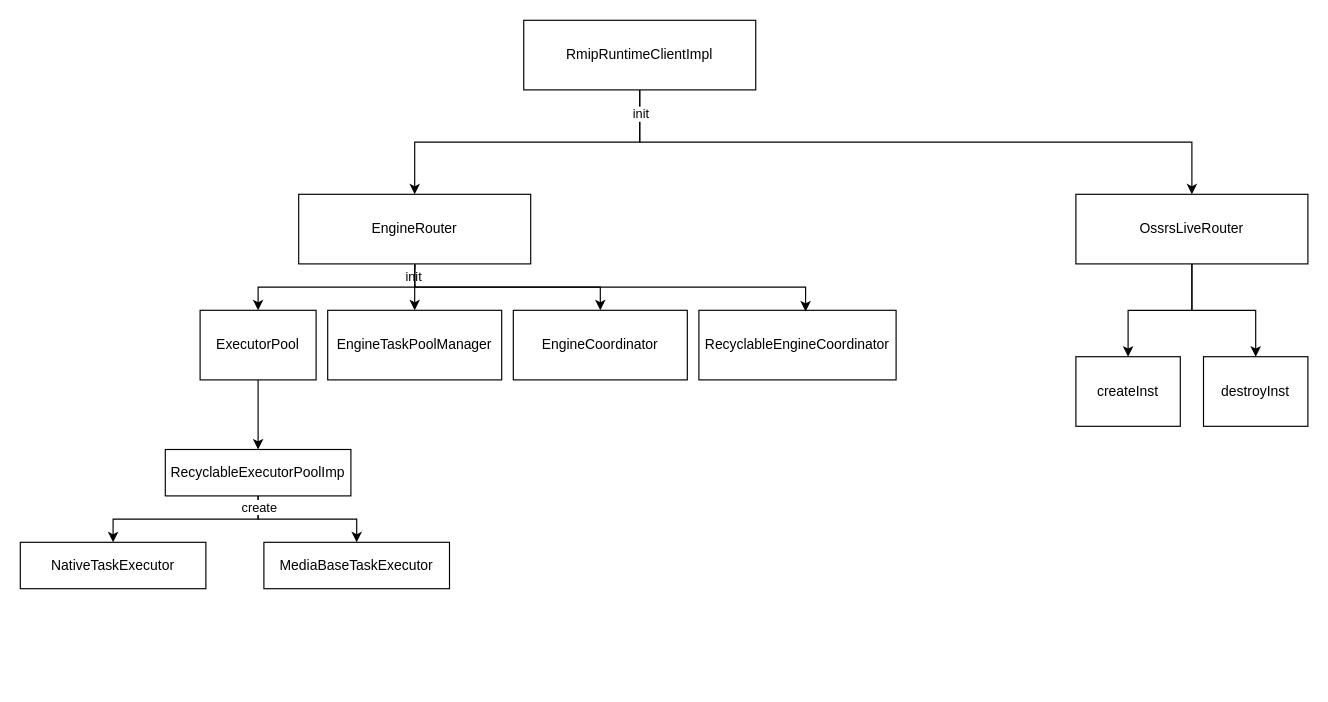
This is page "router" (1 of 3) of graphs/streaming_engine_framework.drawio from zhongchun/daily, a draw.io file, before an edit. Source tidied: cells renumbered, new cells numbered last; positions are measured from the earlier drawing's top-left corner, leaving out a move shared by most shapes. Both pictures are drawn from the tidied source at 116%, with x=0, y=0 at pixel (20, 20).
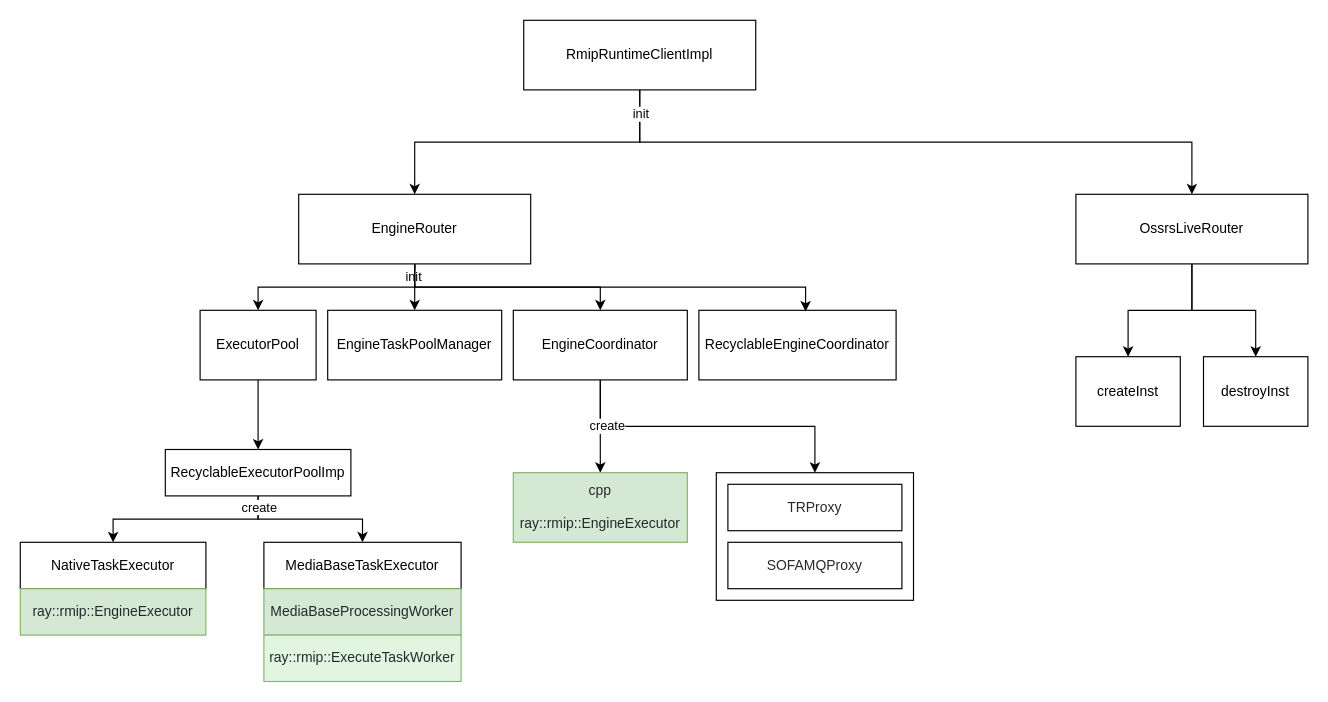
Above is the later version.

The change refers to these unchanged cells:
```xml
<mxCell id="14" value="EngineCoordinator" style="rounded=0;whiteSpace=wrap;html=1;" parent="1" vertex="1">
  <mxGeometry x="425" y="250" width="150" height="60" as="geometry" />
</mxCell>
```

What changed in the source:
```diff
@@
+    <mxCell id="28" style="rounded=0;whiteSpace=wrap;html=1;" parent="1" vertex="1">
+      <mxGeometry x="600" y="390" width="170" height="110" as="geometry" />
+    </mxCell>
@@
+    <mxCell id="29" style="edgeStyle=orthogonalEdgeStyle;rounded=0;jettySize=auto;html=1;" parent="1" edge="1" source="14" target="30">
+      <mxGeometry relative="1" as="geometry" />
+    </mxCell>
@@
     <mxCell id="25" value="MediaBaseTaskExecutor" style="rounded=0;whiteSpace=wrap;html=1;" parent="1" vertex="1">
-      <mxGeometry x="210" y="450" width="160" height="40" as="geometry" />
+      <mxGeometry x="210" y="450" width="170" height="40" as="geometry" />
     </mxCell>
@@
+    <mxCell id="30" value="&lt;div style=&quot;color: rgb(36, 41, 46);&quot;&gt;&lt;pre style=&quot;font-size: 9pt;&quot;&gt;&lt;font face=&quot;Helvetica&quot;&gt;cpp&lt;/font&gt;&lt;/pre&gt;&lt;pre style=&quot;font-size: 9pt;&quot;&gt;&lt;font face=&quot;Helvetica&quot;&gt;ray::rmip::EngineExecutor&lt;/font&gt;&lt;/pre&gt;&lt;/div&gt;" style="rounded=0;whiteSpace=wrap;html=1;fillColor=#d5e8d4;strokeColor=#82b366;labelBackgroundColor=none;" parent="1" vertex="1">
+      <mxGeometry x="425" y="390" width="150" height="60" as="geometry" />
+    </mxCell>
+    <mxCell id="31" value="&lt;div style=&quot;background-color:#ffffff;color:#24292e&quot;&gt;&lt;pre style=&quot;font-size: 9pt;&quot;&gt;&lt;font face=&quot;Helvetica&quot;&gt;TRProxy&lt;/font&gt;&lt;/pre&gt;&lt;/div&gt;" style="rounded=0;whiteSpace=wrap;html=1;" parent="1" vertex="1">
+      <mxGeometry x="610" y="400" width="150" height="40" as="geometry" />
+    </mxCell>
+    <mxCell id="32" value="&lt;div style=&quot;background-color:#ffffff;color:#24292e&quot;&gt;&lt;pre style=&quot;font-size: 9pt;&quot;&gt;&lt;font face=&quot;Helvetica&quot;&gt;SOFAMQProxy&lt;/font&gt;&lt;/pre&gt;&lt;/div&gt;" style="rounded=0;whiteSpace=wrap;html=1;" parent="1" vertex="1">
+      <mxGeometry x="610" y="450" width="150" height="40" as="geometry" />
+    </mxCell>
+    <mxCell id="33" style="edgeStyle=orthogonalEdgeStyle;rounded=0;jettySize=auto;html=1;exitX=0.5;exitY=1;exitDx=0;exitDy=0;entryX=0.5;entryY=0;entryDx=0;entryDy=0;" parent="1" edge="1" source="14" target="28">
+      <mxGeometry relative="1" as="geometry" />
+    </mxCell>
+    <mxCell id="34" value="create" style="edgeLabel;html=1;align=center;verticalAlign=middle;" parent="33" vertex="1">
+      <mxGeometry x="-0.66" y="-1" relative="1" as="geometry">
+        <mxPoint y="-2" as="offset" />
+      </mxGeometry>
+    </mxCell>
+    <mxCell id="35" value="&lt;pre style=&quot;border-color: var(--border-color); color: rgb(36, 41, 46); font-size: 9pt;&quot;&gt;&lt;font style=&quot;border-color: var(--border-color);&quot; face=&quot;Helvetica&quot;&gt;ray::rmip::EngineExecutor&lt;/font&gt;&lt;/pre&gt;" style="rounded=0;whiteSpace=wrap;html=1;fillColor=#d5e8d4;strokeColor=#82b366;" parent="1" vertex="1">
+      <mxGeometry y="490" width="160" height="40" as="geometry" />
+    </mxCell>
+    <mxCell id="36" value="&lt;pre style=&quot;border-color: var(--border-color); color: rgb(36, 41, 46); font-size: 9pt;&quot;&gt;&lt;font style=&quot;border-color: var(--border-color);&quot; face=&quot;Helvetica&quot;&gt;MediaBaseProcessingWorker&lt;/font&gt;&lt;/pre&gt;" style="rounded=0;whiteSpace=wrap;html=1;fillColor=#d5e8d4;strokeColor=#82b366;" parent="1" vertex="1">
+      <mxGeometry x="210" y="490" width="170" height="40" as="geometry" />
+    </mxCell>
+    <mxCell id="37" value="&lt;pre style=&quot;border-color: var(--border-color); color: rgb(36, 41, 46); font-size: 9pt;&quot;&gt;&lt;div style=&quot;&quot;&gt;&lt;pre style=&quot;font-size: 9pt;&quot;&gt;&lt;font face=&quot;Helvetica&quot;&gt;ray::rmip::ExecuteTaskWorker&lt;/font&gt;&lt;/pre&gt;&lt;/div&gt;&lt;/pre&gt;" style="rounded=0;whiteSpace=wrap;html=1;fillColor=#e1f5e0;strokeColor=#8bb474;labelBackgroundColor=none;" parent="1" vertex="1">
+      <mxGeometry x="210" y="530" width="170" height="40" as="geometry" />
+    </mxCell>
```
